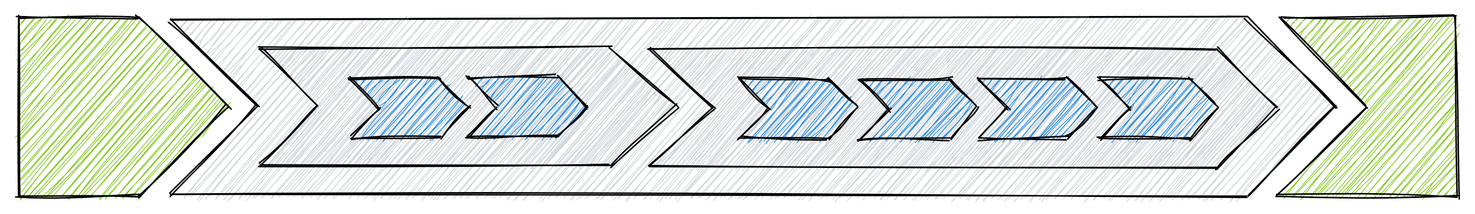
Earlier version of the Excalidraw export web/docs/understand/language/pipeline-nested.excalidraw.svg (tenzir/tenzir). Source tidied: one line per element, renumbered; positions are measured from the earlier drawing's top-left corner, leaving out a move shared by most shapes. Its diagram source:
```json
{"id": 0, "type": "line", "strokeColor": "#000000", "backgroundColor": "#ced4da", "fillStyle": "hachure", "strokeWidth": 1, "roughness": 1, "x": 102, "y": 2, "width": 778, "height": 120, "points": [[0, 0], [58, 58], [0, 117], [718, 118], [778, 58], [718, -2], [0, 0]]}
{"id": 1, "type": "line", "strokeColor": "#000000", "backgroundColor": "#ced4da", "fillStyle": "hachure", "strokeWidth": 1, "roughness": 1, "x": 161, "y": 21, "width": 279, "height": 80, "points": [[0, 0], [39, 39], [0, 78], [233, 79], [279, 39], [233, -1], [0, 0]]}
{"id": 2, "type": "line", "strokeColor": "#000000", "backgroundColor": "#ced4da", "fillStyle": "hachure", "strokeWidth": 1, "roughness": 1, "x": 421, "y": 22, "width": 419, "height": 80, "points": [[0, 0], [43, 39], [0, 79], [379, 79], [419, 39], [379, -1], [0, 0]]}
{"id": 3, "type": "line", "strokeColor": "#000000", "backgroundColor": "#228be6", "fillStyle": "hachure", "strokeWidth": 1, "roughness": 1, "x": 300, "y": 40, "width": 80, "height": 40, "points": [[0, 0], [20, 20], [0, 40], [60, 40], [80, 20], [60, 0], [0, 0]]}
{"id": 4, "type": "line", "strokeColor": "#000000", "backgroundColor": "#82c91e", "fillStyle": "hachure", "strokeWidth": 1, "roughness": 1, "x": 843, "y": 1, "width": 120, "height": 120, "points": [[0, 0], [57, 59], [-3, 119], [117, 119], [117, -1], [0, 0]]}
{"id": 5, "type": "line", "strokeColor": "#000000", "backgroundColor": "#228be6", "fillStyle": "hachure", "strokeWidth": 1, "roughness": 1, "x": 222, "y": 41, "width": 78, "height": 41, "points": [[0, 0], [20, 20], [0, 40], [60, 40], [78, 19], [58, -1], [0, 0]]}
{"id": 6, "type": "line", "strokeColor": "#000000", "backgroundColor": "#228be6", "fillStyle": "hachure", "strokeWidth": 1, "roughness": 1, "x": 562, "y": 42, "width": 78, "height": 40, "points": [[0, 0], [20, 20], [0, 40], [60, 40], [78, 18], [60, 0], [0, 0]]}
{"id": 7, "type": "line", "strokeColor": "#000000", "backgroundColor": "#228be6", "fillStyle": "hachure", "strokeWidth": 1, "roughness": 1, "x": 640, "y": 41, "width": 80, "height": 40, "points": [[0, 0], [20, 20], [0, 40], [60, 40], [80, 19], [60, 0], [0, 0]]}
{"id": 8, "type": "line", "strokeColor": "#000000", "backgroundColor": "#228be6", "fillStyle": "hachure", "strokeWidth": 1, "roughness": 1, "x": 481, "y": 42, "width": 79, "height": 40, "points": [[0, 0], [20, 20], [0, 40], [60, 40], [79, 18], [60, 0], [0, 0]]}
{"id": 9, "type": "line", "strokeColor": "#000000", "backgroundColor": "#228be6", "fillStyle": "hachure", "strokeWidth": 1, "roughness": 1, "x": 722, "y": 41, "width": 78, "height": 40, "points": [[0, 0], [20, 20], [0, 40], [60, 40], [78, 19], [60, 0], [0, 0]]}
{"id": 10, "type": "line", "strokeColor": "#000000", "backgroundColor": "#82c91e", "fillStyle": "hachure", "strokeWidth": 1, "roughness": 1, "x": 0, "y": 0, "width": 140, "height": 120, "points": [[0, 0], [0, 120], [80, 120], [140, 60], [80, 0], [0, 0]]}
```
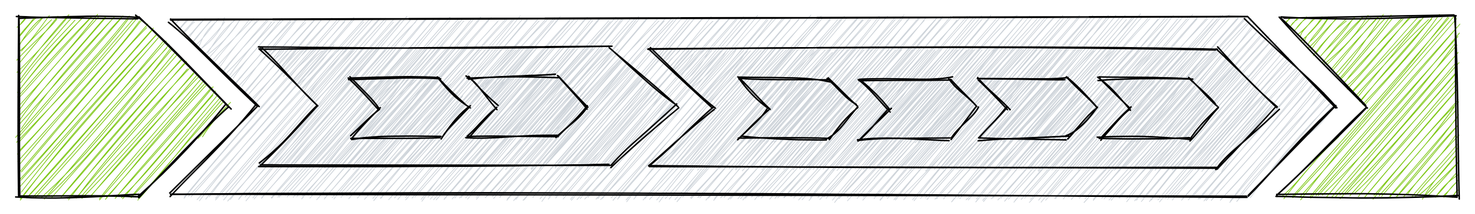
After the commit.

Commit message:
Update pipeline diagrams

Diff of the diagram source:
```diff
@@ -1,11 +1,11 @@
 {"id": 0, "type": "line", "strokeColor": "#000000", "backgroundColor": "#ced4da", "fillStyle": "hachure", "strokeWidth": 1, "roughness": 1, "x": 102, "y": 2, "width": 778, "height": 120, "points": [[0, 0], [58, 58], [0, 117], [718, 118], [778, 58], [718, -2], [0, 0]]}
 {"id": 1, "type": "line", "strokeColor": "#000000", "backgroundColor": "#ced4da", "fillStyle": "hachure", "strokeWidth": 1, "roughness": 1, "x": 161, "y": 21, "width": 279, "height": 80, "points": [[0, 0], [39, 39], [0, 78], [233, 79], [279, 39], [233, -1], [0, 0]]}
 {"id": 2, "type": "line", "strokeColor": "#000000", "backgroundColor": "#ced4da", "fillStyle": "hachure", "strokeWidth": 1, "roughness": 1, "x": 421, "y": 22, "width": 419, "height": 80, "points": [[0, 0], [43, 39], [0, 79], [379, 79], [419, 39], [379, -1], [0, 0]]}
-{"id": 3, "type": "line", "strokeColor": "#000000", "backgroundColor": "#228be6", "fillStyle": "hachure", "strokeWidth": 1, "roughness": 1, "x": 300, "y": 40, "width": 80, "height": 40, "points": [[0, 0], [20, 20], [0, 40], [60, 40], [80, 20], [60, 0], [0, 0]]}
+{"id": 3, "type": "line", "strokeColor": "#000000", "backgroundColor": "#ced4da", "fillStyle": "hachure", "strokeWidth": 1, "roughness": 1, "x": 300, "y": 40, "width": 80, "height": 40, "points": [[0, 0], [20, 20], [0, 40], [60, 40], [80, 20], [60, 0], [0, 0]]}
 {"id": 4, "type": "line", "strokeColor": "#000000", "backgroundColor": "#82c91e", "fillStyle": "hachure", "strokeWidth": 1, "roughness": 1, "x": 843, "y": 1, "width": 120, "height": 120, "points": [[0, 0], [57, 59], [-3, 119], [117, 119], [117, -1], [0, 0]]}
-{"id": 5, "type": "line", "strokeColor": "#000000", "backgroundColor": "#228be6", "fillStyle": "hachure", "strokeWidth": 1, "roughness": 1, "x": 222, "y": 41, "width": 78, "height": 41, "points": [[0, 0], [20, 20], [0, 40], [60, 40], [78, 19], [58, -1], [0, 0]]}
+{"id": 5, "type": "line", "strokeColor": "#000000", "backgroundColor": "#ced4da", "fillStyle": "hachure", "strokeWidth": 1, "roughness": 1, "x": 222, "y": 41, "width": 78, "height": 41, "points": [[0, 0], [20, 20], [0, 40], [60, 40], [78, 19], [58, -1], [0, 0]]}
-{"id": 6, "type": "line", "strokeColor": "#000000", "backgroundColor": "#228be6", "fillStyle": "hachure", "strokeWidth": 1, "roughness": 1, "x": 562, "y": 42, "width": 78, "height": 40, "points": [[0, 0], [20, 20], [0, 40], [60, 40], [78, 18], [60, 0], [0, 0]]}
+{"id": 6, "type": "line", "strokeColor": "#000000", "backgroundColor": "#ced4da", "fillStyle": "hachure", "strokeWidth": 1, "roughness": 1, "x": 562, "y": 42, "width": 78, "height": 40, "points": [[0, 0], [20, 20], [0, 40], [60, 40], [78, 18], [60, 0], [0, 0]]}
-{"id": 7, "type": "line", "strokeColor": "#000000", "backgroundColor": "#228be6", "fillStyle": "hachure", "strokeWidth": 1, "roughness": 1, "x": 640, "y": 41, "width": 80, "height": 40, "points": [[0, 0], [20, 20], [0, 40], [60, 40], [80, 19], [60, 0], [0, 0]]}
+{"id": 7, "type": "line", "strokeColor": "#000000", "backgroundColor": "#ced4da", "fillStyle": "hachure", "strokeWidth": 1, "roughness": 1, "x": 640, "y": 41, "width": 80, "height": 40, "points": [[0, 0], [20, 20], [0, 40], [60, 40], [80, 19], [60, 0], [0, 0]]}
-{"id": 8, "type": "line", "strokeColor": "#000000", "backgroundColor": "#228be6", "fillStyle": "hachure", "strokeWidth": 1, "roughness": 1, "x": 481, "y": 42, "width": 79, "height": 40, "points": [[0, 0], [20, 20], [0, 40], [60, 40], [79, 18], [60, 0], [0, 0]]}
+{"id": 8, "type": "line", "strokeColor": "#000000", "backgroundColor": "#ced4da", "fillStyle": "hachure", "strokeWidth": 1, "roughness": 1, "x": 481, "y": 42, "width": 79, "height": 40, "points": [[0, 0], [20, 20], [0, 40], [60, 40], [79, 18], [60, 0], [0, 0]]}
-{"id": 9, "type": "line", "strokeColor": "#000000", "backgroundColor": "#228be6", "fillStyle": "hachure", "strokeWidth": 1, "roughness": 1, "x": 722, "y": 41, "width": 78, "height": 40, "points": [[0, 0], [20, 20], [0, 40], [60, 40], [78, 19], [60, 0], [0, 0]]}
+{"id": 9, "type": "line", "strokeColor": "#000000", "backgroundColor": "#ced4da", "fillStyle": "hachure", "strokeWidth": 1, "roughness": 1, "x": 722, "y": 41, "width": 78, "height": 40, "points": [[0, 0], [20, 20], [0, 40], [60, 40], [78, 19], [60, 0], [0, 0]]}
 {"id": 10, "type": "line", "strokeColor": "#000000", "backgroundColor": "#82c91e", "fillStyle": "hachure", "strokeWidth": 1, "roughness": 1, "x": 0, "y": 0, "width": 140, "height": 120, "points": [[0, 0], [0, 120], [80, 120], [140, 60], [80, 0], [0, 0]]}
```
